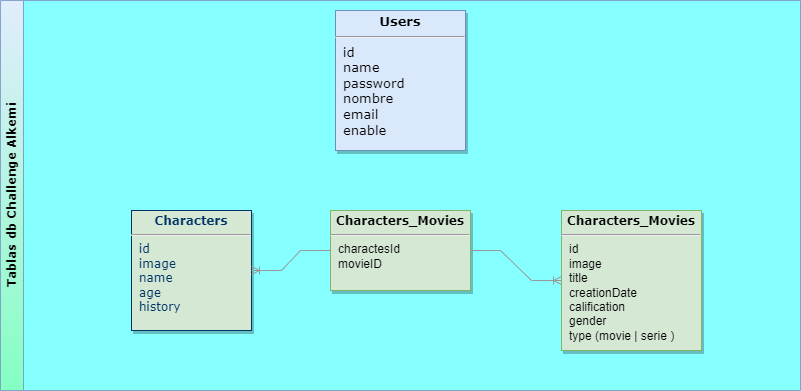
Earlier version of the draw.io export db.png (alekusa/api_nodejs). Source tidied: cells renumbered, new cells last; positions are measured from the earlier drawing's top-left corner, leaving out a move shared by most shapes.
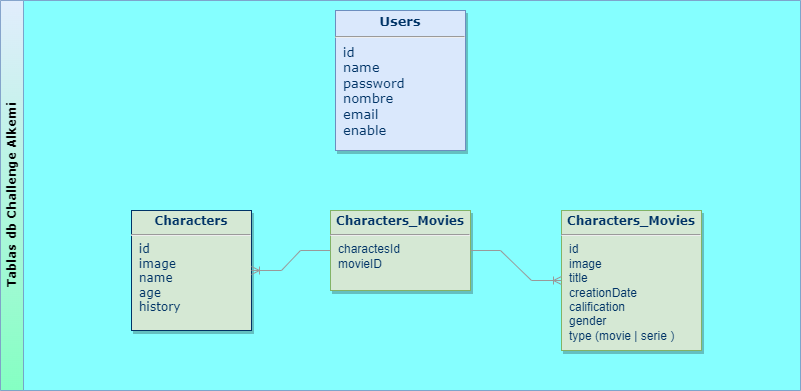
Later version of the same file.

What changed in the source:
```diff
@@ -5,16 +5,16 @@
     <mxCell id="2" value="Tablas db Challenge Alkemi" style="swimlane;horizontal=0;whiteSpace=wrap;html=1;fontFamily=Verdana;glass=0;opacity=80;fillColor=#dae8fc;strokeColor=#6c8ebf;fillStyle=auto;gradientColor=#66FFB3;swimlaneFillColor=#66FFFF;" parent="1" vertex="1">
       <mxGeometry width="800" height="390" as="geometry" />
     </mxCell>
-    <mxCell id="3" value="&lt;p style=&quot;margin: 4px 0px 0px; text-align: center; font-size: 13px;&quot;&gt;&lt;strong style=&quot;font-size: 13px;&quot;&gt;Users&lt;/strong&gt;&lt;/p&gt;&lt;hr style=&quot;font-size: 13px;&quot;&gt;&lt;p style=&quot;margin: 0px 0px 0px 8px; font-size: 13px;&quot;&gt;id&lt;/p&gt;&lt;p style=&quot;margin: 0px 0px 0px 8px; font-size: 13px;&quot;&gt;name&lt;/p&gt;&lt;p style=&quot;margin: 0px 0px 0px 8px; font-size: 13px;&quot;&gt;password&lt;/p&gt;&lt;p style=&quot;margin: 0px 0px 0px 8px; font-size: 13px;&quot;&gt;&lt;span style=&quot;background-color: initial; font-size: 13px;&quot;&gt;nombre&lt;/span&gt;&lt;/p&gt;&lt;p style=&quot;margin: 0px 0px 0px 8px; font-size: 13px;&quot;&gt;&lt;span style=&quot;background-color: initial; font-size: 13px;&quot;&gt;email&lt;/span&gt;&lt;br style=&quot;font-size: 13px;&quot;&gt;&lt;/p&gt;&lt;p style=&quot;margin: 0px 0px 0px 8px; font-size: 13px;&quot;&gt;&lt;span style=&quot;background-color: initial; font-size: 13px;&quot;&gt;enable&lt;/span&gt;&lt;/p&gt;&lt;p style=&quot;margin: 0px 0px 0px 8px; font-size: 13px;&quot;&gt;&lt;span style=&quot;background-color: initial; font-size: 13px;&quot;&gt;&lt;br style=&quot;font-size: 13px;&quot;&gt;&lt;/span&gt;&lt;/p&gt;" style="verticalAlign=top;align=left;overflow=fill;fontSize=13;fontFamily=Verdana;html=1;strokeColor=#6c8ebf;shadow=1;fillColor=#dae8fc;direction=west;flipH=0;flipV=1;" parent="2" vertex="1">
+    <mxCell id="3" value="&lt;p style=&quot;margin: 4px 0px 0px; text-align: center; font-size: 13px;&quot;&gt;&lt;strong style=&quot;font-size: 13px;&quot;&gt;Users&lt;/strong&gt;&lt;/p&gt;&lt;hr style=&quot;font-size: 13px;&quot;&gt;&lt;p style=&quot;margin: 0px 0px 0px 8px; font-size: 13px;&quot;&gt;id&lt;/p&gt;&lt;p style=&quot;margin: 0px 0px 0px 8px; font-size: 13px;&quot;&gt;name&lt;/p&gt;&lt;p style=&quot;margin: 0px 0px 0px 8px; font-size: 13px;&quot;&gt;password&lt;/p&gt;&lt;p style=&quot;margin: 0px 0px 0px 8px; font-size: 13px;&quot;&gt;&lt;span style=&quot;background-color: initial; font-size: 13px;&quot;&gt;nombre&lt;/span&gt;&lt;/p&gt;&lt;p style=&quot;margin: 0px 0px 0px 8px; font-size: 13px;&quot;&gt;&lt;span style=&quot;background-color: initial; font-size: 13px;&quot;&gt;email&lt;/span&gt;&lt;br style=&quot;font-size: 13px;&quot;&gt;&lt;/p&gt;&lt;p style=&quot;margin: 0px 0px 0px 8px; font-size: 13px;&quot;&gt;&lt;span style=&quot;background-color: initial; font-size: 13px;&quot;&gt;enable&lt;/span&gt;&lt;/p&gt;&lt;p style=&quot;margin: 0px 0px 0px 8px; font-size: 13px;&quot;&gt;&lt;span style=&quot;background-color: initial; font-size: 13px;&quot;&gt;&lt;br style=&quot;font-size: 13px;&quot;&gt;&lt;/span&gt;&lt;/p&gt;" style="verticalAlign=top;align=left;overflow=fill;fontSize=13;fontFamily=Verdana;html=1;strokeColor=#6c8ebf;shadow=1;fillColor=#dae8fc;direction=west;flipH=0;flipV=1;fontColor=#003366;" parent="2" vertex="1">
       <mxGeometry x="335" y="10" width="130" height="140" as="geometry" />
     </mxCell>
     <mxCell id="4" value="&lt;p style=&quot;margin: 4px 0px 0px; text-align: center;&quot;&gt;&lt;b style=&quot;&quot;&gt;&lt;font style=&quot;&quot; face=&quot;Verdana&quot;&gt;Characters&lt;/font&gt;&lt;/b&gt;&lt;/p&gt;&lt;hr&gt;&lt;p style=&quot;margin: 0px; margin-left: 8px;&quot;&gt;&lt;font face=&quot;Verdana&quot;&gt;id&lt;/font&gt;&lt;/p&gt;&lt;p style=&quot;margin: 0px; margin-left: 8px;&quot;&gt;&lt;font face=&quot;Verdana&quot;&gt;image&lt;/font&gt;&lt;/p&gt;&lt;p style=&quot;margin: 0px; margin-left: 8px;&quot;&gt;&lt;font face=&quot;Verdana&quot;&gt;name&lt;/font&gt;&lt;/p&gt;&lt;p style=&quot;margin: 0px; margin-left: 8px;&quot;&gt;&lt;font face=&quot;Verdana&quot;&gt;age&lt;/font&gt;&lt;/p&gt;&lt;p style=&quot;margin: 0px; margin-left: 8px;&quot;&gt;&lt;font face=&quot;Verdana&quot;&gt;history&lt;/font&gt;&lt;/p&gt;" style="verticalAlign=top;align=left;overflow=fill;fontSize=12;fontFamily=Helvetica;html=1;strokeColor=#003366;shadow=1;fillColor=#D5E8D4;fontColor=#003366;" parent="2" vertex="1">
       <mxGeometry x="131" y="210" width="120" height="120" as="geometry" />
     </mxCell>
-    <mxCell id="5" value="&lt;p style=&quot;margin: 4px 0px 0px; text-align: center;&quot;&gt;&lt;b style=&quot;&quot;&gt;&lt;font style=&quot;&quot; face=&quot;Verdana&quot;&gt;Characters_Movies&lt;/font&gt;&lt;/b&gt;&lt;/p&gt;&lt;hr&gt;&lt;p style=&quot;margin: 0px; margin-left: 8px;&quot;&gt;id&lt;/p&gt;&lt;p style=&quot;margin: 0px; margin-left: 8px;&quot;&gt;image&lt;/p&gt;&lt;p style=&quot;margin: 0px; margin-left: 8px;&quot;&gt;title&lt;/p&gt;&lt;p style=&quot;margin: 0px; margin-left: 8px;&quot;&gt;creationDate&lt;/p&gt;&lt;p style=&quot;margin: 0px; margin-left: 8px;&quot;&gt;calification&lt;/p&gt;&lt;p style=&quot;margin: 0px; margin-left: 8px;&quot;&gt;gender&lt;/p&gt;&lt;p style=&quot;margin: 0px; margin-left: 8px;&quot;&gt;type (movie | serie )&lt;/p&gt;&lt;p style=&quot;margin: 0px; margin-left: 8px;&quot;&gt;&lt;br&gt;&lt;/p&gt;" style="verticalAlign=top;align=left;overflow=fill;fontSize=12;fontFamily=Helvetica;html=1;strokeColor=#82b366;shadow=1;fillColor=#d5e8d4;" parent="2" vertex="1">
+    <mxCell id="5" value="&lt;p style=&quot;margin: 4px 0px 0px; text-align: center;&quot;&gt;&lt;b style=&quot;&quot;&gt;&lt;font style=&quot;&quot; face=&quot;Verdana&quot;&gt;Characters_Movies&lt;/font&gt;&lt;/b&gt;&lt;/p&gt;&lt;hr&gt;&lt;p style=&quot;margin: 0px; margin-left: 8px;&quot;&gt;id&lt;/p&gt;&lt;p style=&quot;margin: 0px; margin-left: 8px;&quot;&gt;image&lt;/p&gt;&lt;p style=&quot;margin: 0px; margin-left: 8px;&quot;&gt;title&lt;/p&gt;&lt;p style=&quot;margin: 0px; margin-left: 8px;&quot;&gt;creationDate&lt;/p&gt;&lt;p style=&quot;margin: 0px; margin-left: 8px;&quot;&gt;calification&lt;/p&gt;&lt;p style=&quot;margin: 0px; margin-left: 8px;&quot;&gt;gender&lt;/p&gt;&lt;p style=&quot;margin: 0px; margin-left: 8px;&quot;&gt;type (movie | serie )&lt;/p&gt;&lt;p style=&quot;margin: 0px; margin-left: 8px;&quot;&gt;&lt;br&gt;&lt;/p&gt;" style="verticalAlign=top;align=left;overflow=fill;fontSize=12;fontFamily=Helvetica;html=1;strokeColor=#82b366;shadow=1;fillColor=#d5e8d4;fontColor=#003366;" parent="2" vertex="1">
       <mxGeometry x="561" y="210" width="140" height="140" as="geometry" />
     </mxCell>
-    <mxCell id="6" value="&lt;p style=&quot;margin: 4px 0px 0px; text-align: center;&quot;&gt;&lt;b style=&quot;&quot;&gt;&lt;font style=&quot;&quot; face=&quot;Verdana&quot;&gt;Characters_Movies&lt;/font&gt;&lt;/b&gt;&lt;/p&gt;&lt;hr&gt;&lt;p style=&quot;margin: 0px; margin-left: 8px;&quot;&gt;charactesId&lt;/p&gt;&lt;p style=&quot;margin: 0px; margin-left: 8px;&quot;&gt;movieID&lt;/p&gt;" style="verticalAlign=top;align=left;overflow=fill;fontSize=12;fontFamily=Helvetica;html=1;strokeColor=#82b366;shadow=1;fillColor=#d5e8d4;" parent="2" vertex="1">
+    <mxCell id="6" value="&lt;p style=&quot;margin: 4px 0px 0px; text-align: center;&quot;&gt;&lt;b style=&quot;&quot;&gt;&lt;font style=&quot;&quot; face=&quot;Verdana&quot;&gt;Characters_Movies&lt;/font&gt;&lt;/b&gt;&lt;/p&gt;&lt;hr&gt;&lt;p style=&quot;margin: 0px; margin-left: 8px;&quot;&gt;charactesId&lt;/p&gt;&lt;p style=&quot;margin: 0px; margin-left: 8px;&quot;&gt;movieID&lt;/p&gt;" style="verticalAlign=top;align=left;overflow=fill;fontSize=12;fontFamily=Helvetica;html=1;strokeColor=#82b366;shadow=1;fillColor=#d5e8d4;fontColor=#003366;" parent="2" vertex="1">
       <mxGeometry x="330" y="210" width="140" height="80" as="geometry" />
     </mxCell>
     <mxCell id="7" style="edgeStyle=entityRelationEdgeStyle;fontSize=12;html=1;endArrow=ERoneToMany;rounded=0;fontFamily=Verdana;strokeColor=#999999;" parent="2" edge="1" source="6" target="5">
```
